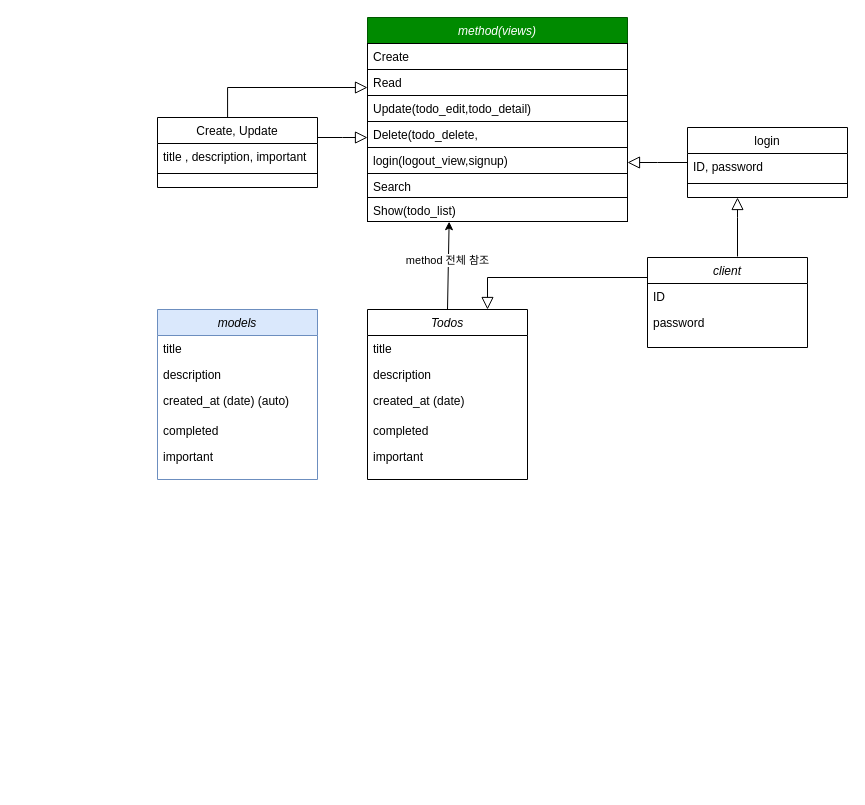
Above: 제목 없는 다이어그램.drawio in wjddn4502/raspberry_236 (draw.io), before the change. Source tidied: cells renumbered, new cells numbered last; positions are measured from the earlier drawing's top-left corner, leaving out a move shared by most shapes. Both pictures are drawn from the tidied source at 100%, with x=0, y=0 at pixel (157, 17).
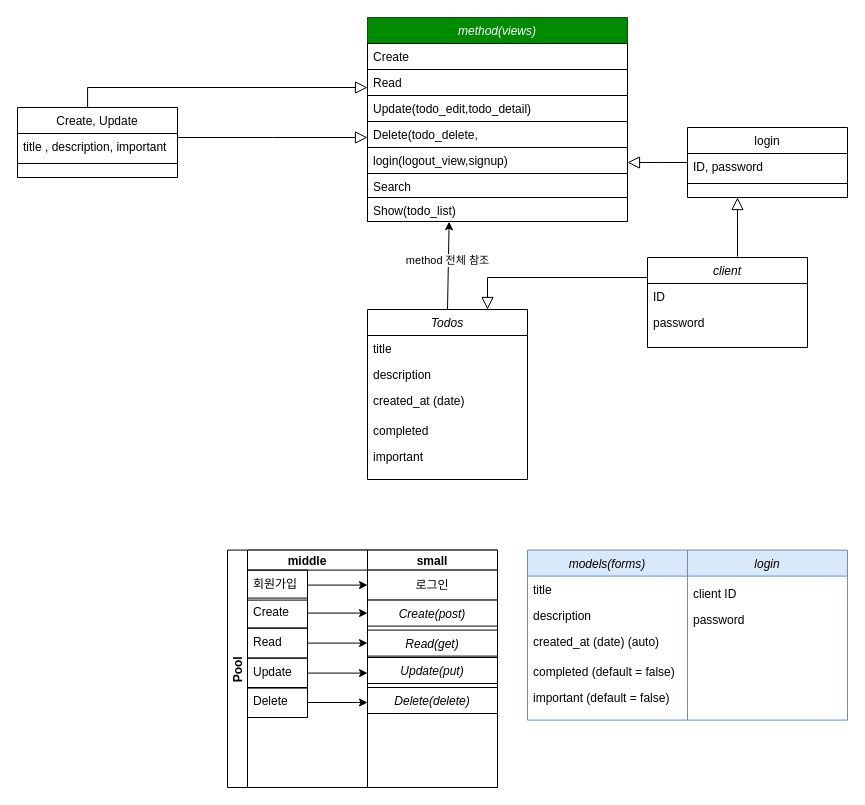
The same diagram, later.

The edit, as a diff of the source:
```diff
@@
     <mxCell id="14" value="Create, Update" style="swimlane;fontStyle=0;align=center;verticalAlign=top;horizontal=1;startSize=26;rounded=0;shadow=0;strokeWidth=1;" parent="1" vertex="1">
-      <mxGeometry y="100" width="160" height="70" as="geometry" />
+      <mxGeometry x="-140" y="90" width="160" height="70" as="geometry" />
     </mxCell>
@@
-    <mxCell id="18" value="models" style="swimlane;fontStyle=2;align=center;verticalAlign=top;horizontal=1;startSize=26;rounded=0;shadow=0;strokeWidth=1;fillColor=#dae8fc;strokeColor=#6c8ebf;" parent="1" vertex="1">
-      <mxGeometry y="292" width="160" height="170" as="geometry" />
+    <mxCell id="18" value="models(forms)" style="swimlane;fontStyle=2;align=center;verticalAlign=top;horizontal=1;startSize=26;rounded=0;shadow=0;strokeWidth=1;fillColor=#dae8fc;strokeColor=#6c8ebf;" parent="1" vertex="1">
+      <mxGeometry x="370" y="532.6" width="160" height="170" as="geometry" />
     </mxCell>
@@
-    <mxCell id="23" value="completed" style="text;align=left;verticalAlign=top;spacingLeft=4;spacingRight=4;overflow=hidden;rounded=0;shadow=0;html=0;" parent="18" vertex="1">
+    <mxCell id="23" value="completed (default = false)" style="text;align=left;verticalAlign=top;spacingLeft=4;spacingRight=4;overflow=hidden;rounded=0;shadow=0;html=0;" parent="18" vertex="1">
       <mxGeometry y="108" width="160" height="26" as="geometry" />
     </mxCell>
-    <mxCell id="24" value="important" style="text;align=left;verticalAlign=top;spacingLeft=4;spacingRight=4;overflow=hidden;" parent="18" vertex="1">
+    <mxCell id="24" value="important (default = false)" style="text;align=left;verticalAlign=top;spacingLeft=4;spacingRight=4;overflow=hidden;" parent="18" vertex="1">
       <mxGeometry y="134" width="160" height="26" as="geometry" />
     </mxCell>
@@
+    <mxCell id="41" value="Pool" style="swimlane;startSize=20;horizontal=0;" parent="1" vertex="1">
+      <mxGeometry x="70" y="532.6" width="270" height="237.4" as="geometry" />
+    </mxCell>
+    <mxCell id="42" value="middle" style="swimlane;startSize=20;" parent="41" vertex="1">
+      <mxGeometry x="20" width="120" height="237.4" as="geometry" />
+    </mxCell>
+    <mxCell id="43" value="회원가입" style="text;align=left;verticalAlign=top;spacingLeft=4;spacingRight=4;overflow=hidden;points=[[0,0.5],[1,0.5]];portConstraint=eastwest;strokeColor=default;" parent="42" vertex="1">
+      <mxGeometry y="20" width="60" height="30" as="geometry" />
+    </mxCell>
+    <mxCell id="44" value="Create" style="text;align=left;verticalAlign=top;spacingLeft=4;spacingRight=4;overflow=hidden;points=[[0,0.5],[1,0.5]];portConstraint=eastwest;strokeColor=default;" parent="42" vertex="1">
+      <mxGeometry y="48" width="60" height="30" as="geometry" />
+    </mxCell>
+    <mxCell id="45" style="edgeStyle=orthogonalEdgeStyle;rounded=0;jettySize=auto;html=1;" parent="42" edge="1" source="44">
+      <mxGeometry relative="1" as="geometry">
+        <mxPoint x="120" y="63" as="targetPoint" />
+        <Array as="points">
+          <mxPoint x="110" y="63" />
+          <mxPoint x="110" y="63" />
+        </Array>
+      </mxGeometry>
+    </mxCell>
+    <mxCell id="46" value="Read" style="text;align=left;verticalAlign=top;spacingLeft=4;spacingRight=4;overflow=hidden;points=[[0,0.5],[1,0.5]];portConstraint=eastwest;strokeColor=default;" parent="42" vertex="1">
+      <mxGeometry y="78" width="60" height="30" as="geometry" />
+    </mxCell>
+    <mxCell id="47" style="edgeStyle=orthogonalEdgeStyle;rounded=0;jettySize=auto;html=1;" parent="42" edge="1" source="46">
+      <mxGeometry relative="1" as="geometry">
+        <mxPoint x="120" y="93" as="targetPoint" />
+        <Array as="points">
+          <mxPoint x="110" y="93" />
+          <mxPoint x="110" y="93" />
+        </Array>
+      </mxGeometry>
+    </mxCell>
+    <mxCell id="48" value="Update" style="text;align=left;verticalAlign=top;spacingLeft=4;spacingRight=4;overflow=hidden;points=[[0,0.5],[1,0.5]];portConstraint=eastwest;strokeColor=default;" parent="42" vertex="1">
+      <mxGeometry y="108" width="60" height="30" as="geometry" />
+    </mxCell>
+    <mxCell id="49" style="edgeStyle=orthogonalEdgeStyle;rounded=0;jettySize=auto;html=1;" parent="42" edge="1" source="48">
+      <mxGeometry relative="1" as="geometry">
+        <mxPoint x="120" y="123" as="targetPoint" />
+        <Array as="points">
+          <mxPoint x="110" y="123" />
+          <mxPoint x="110" y="123" />
+        </Array>
+      </mxGeometry>
+    </mxCell>
+    <mxCell id="50" value="Delete" style="text;align=left;verticalAlign=top;spacingLeft=4;spacingRight=4;overflow=hidden;points=[[0,0.5],[1,0.5]];portConstraint=eastwest;strokeColor=default;" parent="42" vertex="1">
+      <mxGeometry y="137.4" width="60" height="30" as="geometry" />
+    </mxCell>
+    <mxCell id="51" style="edgeStyle=orthogonalEdgeStyle;rounded=0;jettySize=auto;html=1;" parent="42" edge="1" source="50">
+      <mxGeometry relative="1" as="geometry">
+        <mxPoint x="120" y="152.4" as="targetPoint" />
+        <Array as="points">
+          <mxPoint x="110" y="152.4" />
+          <mxPoint x="110" y="152.4" />
+        </Array>
+      </mxGeometry>
+    </mxCell>
+    <mxCell id="52" value="small" style="swimlane;startSize=20;" parent="41" vertex="1">
+      <mxGeometry x="140" width="130" height="237.4" as="geometry" />
+    </mxCell>
+    <mxCell id="53" value="로그인" style="whiteSpace=wrap;html=1;" parent="52" vertex="1">
+      <mxGeometry y="20" width="130" height="30" as="geometry" />
+    </mxCell>
+    <mxCell id="54" value="Delete(delete)" style="swimlane;fontStyle=2;align=center;verticalAlign=top;horizontal=1;startSize=26;rounded=0;shadow=0;strokeWidth=1;swimlaneFillColor=default;" parent="52" vertex="1" collapsed="1">
+      <mxGeometry y="137.4" width="130" height="26" as="geometry" />
+    </mxCell>
+    <mxCell id="55" value="Update(put)" style="swimlane;fontStyle=2;align=center;verticalAlign=top;horizontal=1;startSize=26;rounded=0;shadow=0;strokeWidth=1;swimlaneFillColor=default;" parent="52" vertex="1" collapsed="1">
+      <mxGeometry y="107.4" width="130" height="26" as="geometry" />
+    </mxCell>
+    <mxCell id="56" value="Read(get)" style="swimlane;fontStyle=2;align=center;verticalAlign=top;horizontal=1;startSize=26;rounded=0;shadow=0;strokeWidth=1;swimlaneFillColor=default;" parent="52" vertex="1" collapsed="1">
+      <mxGeometry y="80" width="130" height="27.4" as="geometry" />
+    </mxCell>
+    <mxCell id="57" value="Create(post)" style="swimlane;fontStyle=2;align=center;verticalAlign=top;horizontal=1;startSize=26;rounded=0;shadow=0;strokeWidth=1;swimlaneFillColor=default;" parent="52" vertex="1" collapsed="1">
+      <mxGeometry y="50" width="130" height="26" as="geometry" />
+    </mxCell>
+    <mxCell id="58" style="edgeStyle=orthogonalEdgeStyle;rounded=0;jettySize=auto;html=1;" parent="41" edge="1" source="43">
+      <mxGeometry relative="1" as="geometry">
+        <mxPoint x="140" y="35" as="targetPoint" />
+        <Array as="points">
+          <mxPoint x="130" y="35" />
+          <mxPoint x="130" y="35" />
+        </Array>
+      </mxGeometry>
+    </mxCell>
+    <mxCell id="59" value="login" style="swimlane;fontStyle=2;align=center;verticalAlign=top;horizontal=1;startSize=26;rounded=0;shadow=0;strokeWidth=1;fillColor=#dae8fc;strokeColor=#6c8ebf;" parent="1" vertex="1">
+      <mxGeometry x="530" y="532.6" width="160" height="170" as="geometry" />
+    </mxCell>
+    <mxCell id="60" style="line;html=1;strokeWidth=1;align=left;verticalAlign=middle;spacingTop=-1;spacingLeft=3;spacingRight=3;labelPosition=right;strokeColor=none;" parent="59" vertex="1">
+      <mxGeometry y="26" width="160" height="4" as="geometry" />
+    </mxCell>
+    <mxCell id="61" value="client ID" style="text;align=left;verticalAlign=top;spacingLeft=4;spacingRight=4;overflow=hidden;rounded=0;shadow=0;html=0;" parent="59" vertex="1">
+      <mxGeometry y="30" width="160" height="26" as="geometry" />
+    </mxCell>
+    <mxCell id="62" value="password" style="text;align=left;verticalAlign=top;spacingLeft=4;spacingRight=4;overflow=hidden;" parent="59" vertex="1">
+      <mxGeometry y="56" width="160" height="26" as="geometry" />
+    </mxCell>
```
